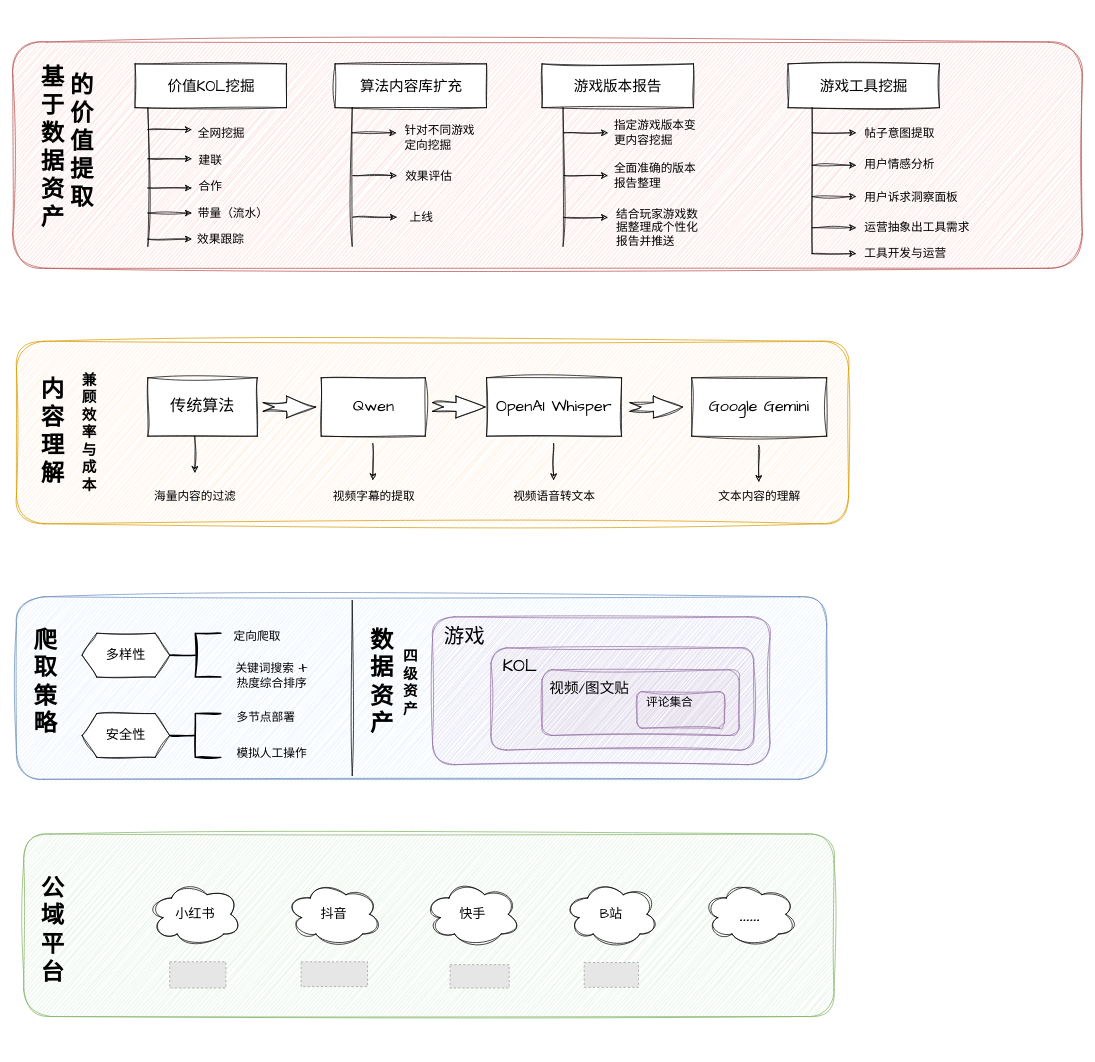
Above: public-domain.drawio in skindhu/9GAG (draw.io), before the change. Source tidied: cells renumbered, new cells numbered last; positions are measured from the earlier drawing's top-left corner, leaving out a move shared by most shapes. Both pictures are drawn from the tidied source at 73%, with x=0, y=0 at pixel (12, 42). Pictures stored in the file or linked from it are replaced by grey dashed boxes.
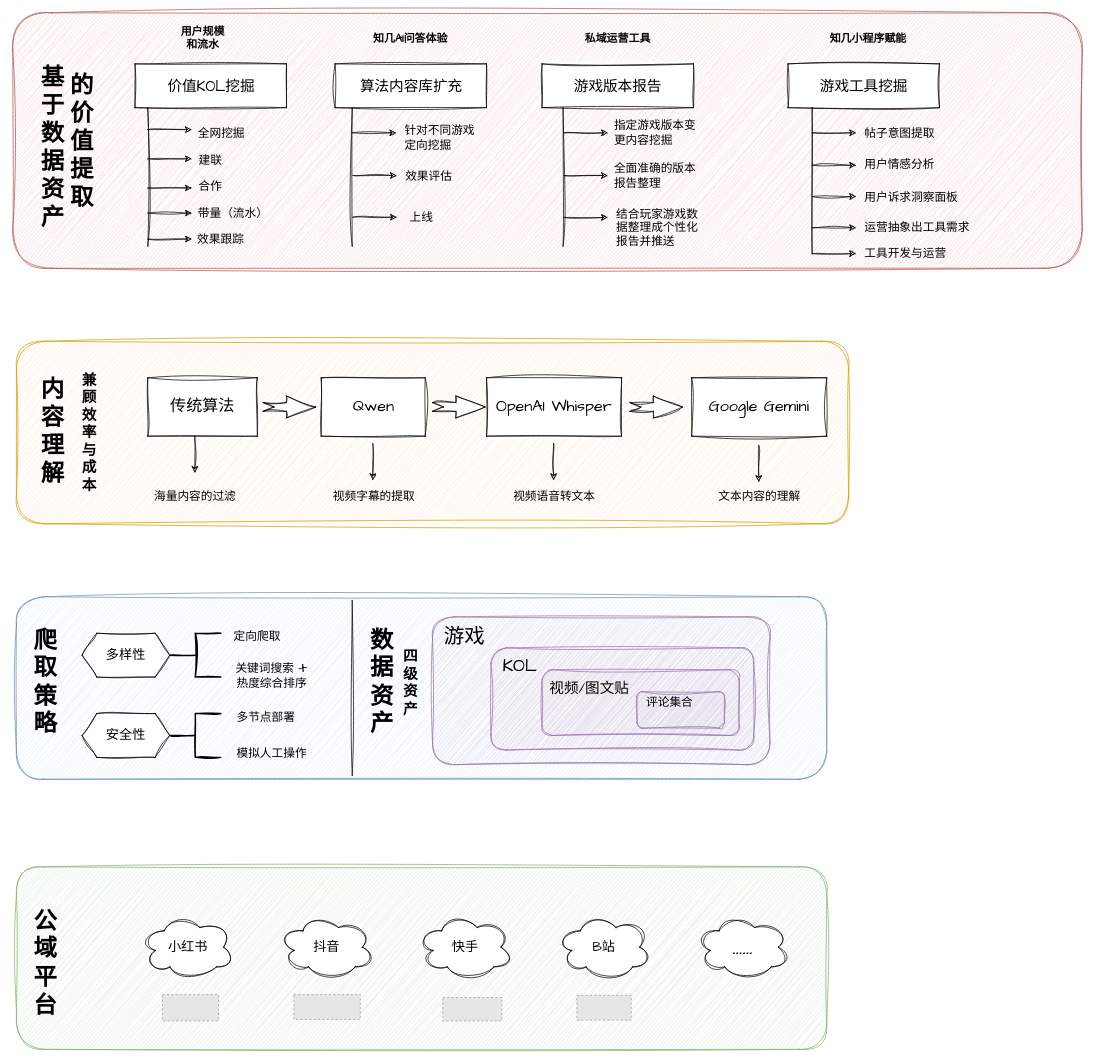
Above is the later version.

The edit, as a diff of the source:
```diff
@@
     <mxCell id="2" style="rounded=1;whiteSpace=wrap;html=1;sketch=1;hachureGap=4;jiggle=2;curveFitting=1;fontFamily=Architects Daughter;fillColor=#d5e8d4;strokeColor=#82b366;" parent="1" vertex="1">
-      <mxGeometry x="15" y="1085" width="1110" height="250" as="geometry" />
+      <mxGeometry x="5" y="1130" width="1110" height="250" as="geometry" />
     </mxCell>
     <mxCell id="3" value="&lt;font style=&quot;font-size: 18px;&quot;&gt;小红书&lt;/font&gt;" style="ellipse;shape=cloud;whiteSpace=wrap;html=1;sketch=1;hachureGap=4;jiggle=2;curveFitting=1;fontFamily=Architects Daughter;" parent="1" vertex="1">
-      <mxGeometry x="185" y="1150" width="130" height="90" as="geometry" />
+      <mxGeometry x="175" y="1195" width="130" height="90" as="geometry" />
     </mxCell>
     <mxCell id="4" style="fillColor=#E6E6E6;strokeColor=#999999;dashed=1;verticalLabelPosition=bottom;labelBackgroundColor=default;verticalAlign=top;" parent="1" vertex="1">
-      <mxGeometry x="215" y="1260" width="76.9" height="36" as="geometry" />
+      <mxGeometry x="205" y="1305" width="76.9" height="36" as="geometry" />
     </mxCell>
     <mxCell id="5" value="&lt;font style=&quot;font-size: 18px;&quot;&gt;抖音&lt;/font&gt;" style="ellipse;shape=cloud;whiteSpace=wrap;html=1;sketch=1;hachureGap=4;jiggle=2;curveFitting=1;fontFamily=Architects Daughter;" parent="1" vertex="1">
-      <mxGeometry x="375" y="1150" width="130" height="90" as="geometry" />
+      <mxGeometry x="365" y="1195" width="130" height="90" as="geometry" />
     </mxCell>
     <mxCell id="6" style="fillColor=#E6E6E6;strokeColor=#999999;dashed=1;verticalLabelPosition=bottom;labelBackgroundColor=default;verticalAlign=top;" parent="1" vertex="1">
-      <mxGeometry x="395" y="1260" width="91" height="34" as="geometry" />
+      <mxGeometry x="385" y="1305" width="91" height="34" as="geometry" />
     </mxCell>
     <mxCell id="7" value="&lt;font style=&quot;font-size: 18px;&quot;&gt;快手&lt;/font&gt;" style="ellipse;shape=cloud;whiteSpace=wrap;html=1;sketch=1;hachureGap=4;jiggle=2;curveFitting=1;fontFamily=Architects Daughter;" parent="1" vertex="1">
-      <mxGeometry x="565" y="1150" width="130" height="90" as="geometry" />
+      <mxGeometry x="555" y="1195" width="130" height="90" as="geometry" />
     </mxCell>
     <mxCell id="8" style="fillColor=#E6E6E6;strokeColor=#999999;dashed=1;verticalLabelPosition=bottom;labelBackgroundColor=default;verticalAlign=top;" parent="1" vertex="1">
-      <mxGeometry x="599" y="1264" width="81" height="32" as="geometry" />
+      <mxGeometry x="589" y="1309" width="81" height="32" as="geometry" />
     </mxCell>
     <mxCell id="9" value="&lt;font style=&quot;font-size: 18px;&quot;&gt;B站&lt;/font&gt;" style="ellipse;shape=cloud;whiteSpace=wrap;html=1;sketch=1;hachureGap=4;jiggle=2;curveFitting=1;fontFamily=Architects Daughter;" parent="1" vertex="1">
-      <mxGeometry x="755" y="1150" width="130" height="90" as="geometry" />
+      <mxGeometry x="745" y="1195" width="130" height="90" as="geometry" />
     </mxCell>
     <mxCell id="10" style="fillColor=#E6E6E6;strokeColor=#999999;dashed=1;verticalLabelPosition=bottom;labelBackgroundColor=default;verticalAlign=top;" parent="1" vertex="1">
-      <mxGeometry x="782.8" y="1261" width="74.4" height="34" as="geometry" />
+      <mxGeometry x="772.8" y="1306" width="74.4" height="34" as="geometry" />
     </mxCell>
     <mxCell id="11" value="&lt;font style=&quot;font-size: 33px;&quot;&gt;……&lt;/font&gt;" style="ellipse;shape=cloud;whiteSpace=wrap;html=1;sketch=1;hachureGap=4;jiggle=2;curveFitting=1;fontFamily=Architects Daughter;" parent="1" vertex="1">
-      <mxGeometry x="945" y="1150" width="130" height="90" as="geometry" />
+      <mxGeometry x="935" y="1195" width="130" height="90" as="geometry" />
     </mxCell>
     <mxCell id="12" value="公域平台" style="text;html=1;align=center;verticalAlign=middle;whiteSpace=wrap;rounded=0;fontFamily=Architects Daughter;fontSize=32;fontStyle=1;" parent="1" vertex="1">
-      <mxGeometry x="35" y="1150" width="40" height="135" as="geometry" />
+      <mxGeometry x="25" y="1195" width="40" height="135" as="geometry" />
     </mxCell>
@@
     <mxCell id="52" style="rounded=1;whiteSpace=wrap;html=1;sketch=1;hachureGap=4;jiggle=2;curveFitting=1;fontFamily=Architects Daughter;fillColor=#f8cecc;strokeColor=#b85450;" parent="1" vertex="1">
-      <mxGeometry width="1465" height="310" as="geometry" />
+      <mxGeometry y="-40" width="1465" height="350" as="geometry" />
     </mxCell>
@@
+    <mxCell id="95" value="用户规模&lt;br&gt;和流水" style="text;html=1;align=center;verticalAlign=middle;whiteSpace=wrap;rounded=0;fontFamily=Architects Daughter;fontSize=15;fontStyle=1;" parent="1" vertex="1">
+      <mxGeometry x="215.5" y="-20" width="89" height="30" as="geometry" />
+    </mxCell>
+    <mxCell id="96" value="知几AI问答体验" style="text;html=1;align=center;verticalAlign=middle;whiteSpace=wrap;rounded=0;fontFamily=Architects Daughter;fontSize=15;fontStyle=1;" parent="1" vertex="1">
+      <mxGeometry x="488.1" y="-20" width="114.2" height="30" as="geometry" />
+    </mxCell>
+    <mxCell id="97" value="私域运营工具" style="text;html=1;align=center;verticalAlign=middle;whiteSpace=wrap;rounded=0;fontFamily=Architects Daughter;fontSize=15;fontStyle=1;" parent="1" vertex="1">
+      <mxGeometry x="771.6" y="-20" width="114.2" height="30" as="geometry" />
+    </mxCell>
+    <mxCell id="98" value="知几小程序赋能" style="text;html=1;align=center;verticalAlign=middle;whiteSpace=wrap;rounded=0;fontFamily=Architects Daughter;fontSize=15;fontStyle=1;" parent="1" vertex="1">
+      <mxGeometry x="1115" y="-20" width="114.2" height="30" as="geometry" />
+    </mxCell>
```
